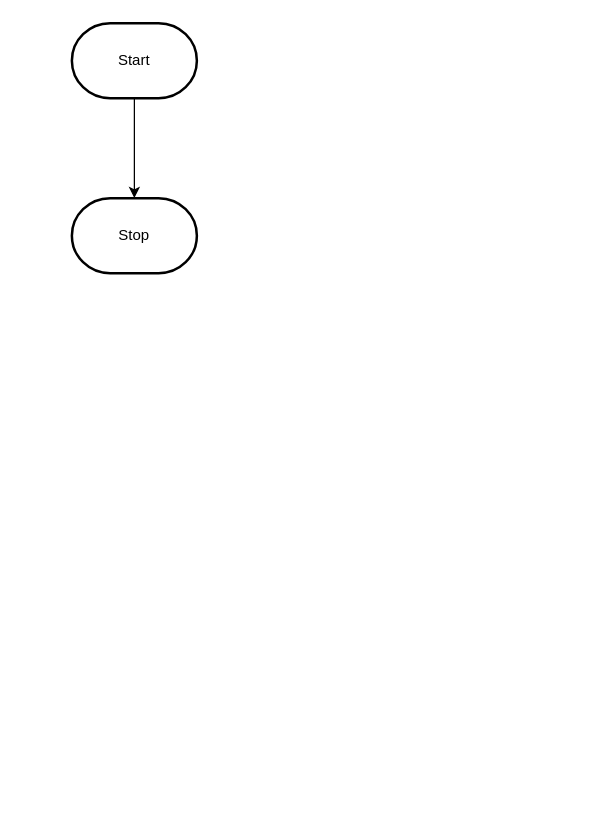
This is design/flowchart.drawio from MTHS-ICD2O-1-2023/ICD2O-Unit-5-02-yoochan-han, a draw.io file, before an edit. Source tidied: cells renumbered, new cells numbered last; positions are measured from the earlier drawing's top-left corner, leaving out a move shared by most shapes. Both pictures are drawn from the tidied source at 125%, with x=0, y=0 at pixel (71, 22).
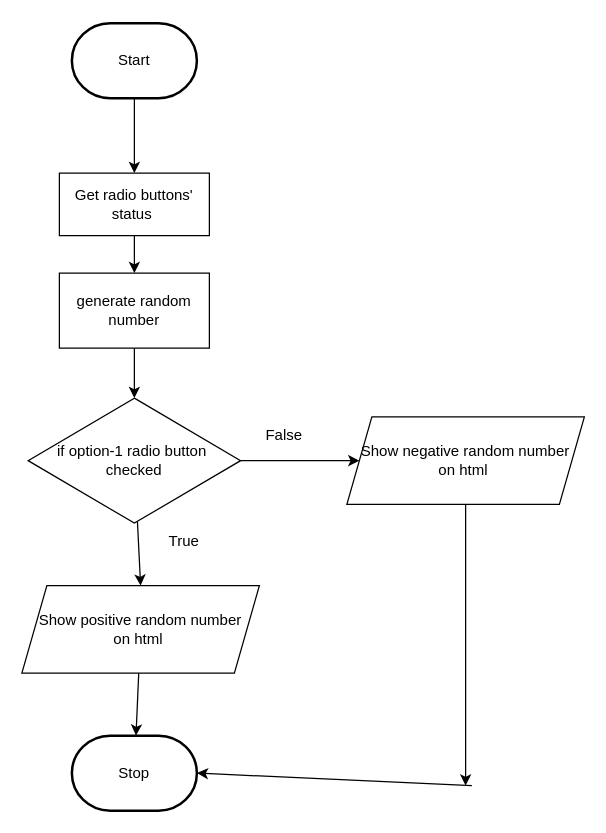
The same page after the edit.

The change refers to these unchanged cells:
```xml
<mxCell id="3" value="Start" style="strokeWidth=2;html=1;shape=mxgraph.flowchart.terminator;whiteSpace=wrap;" parent="1" vertex="1">
  <mxGeometry width="100" height="60" as="geometry" />
</mxCell>
```

Diff of the diagram source:
```diff
@@
-    <mxCell id="2" style="edgeStyle=orthogonalEdgeStyle;html=1;rounded=0;" parent="1" edge="1" source="3" target="4">
-      <mxGeometry relative="1" as="geometry" />
-    </mxCell>
+    <mxCell id="5" style="edgeStyle=none;html=1;entryX=0.5;entryY=0;entryDx=0;entryDy=0;" parent="1" edge="1" source="3" target="2">
+      <mxGeometry relative="1" as="geometry" />
+    </mxCell>
@@
     <mxCell id="4" value="Stop" style="strokeWidth=2;html=1;shape=mxgraph.flowchart.terminator;whiteSpace=wrap;" parent="1" vertex="1">
-      <mxGeometry y="140" width="100" height="60" as="geometry" />
+      <mxGeometry y="570" width="100" height="60" as="geometry" />
     </mxCell>
+    <mxCell id="6" style="edgeStyle=none;html=1;" parent="1" edge="1" source="2" target="8">
+      <mxGeometry relative="1" as="geometry" />
+    </mxCell>
+    <mxCell id="2" value="Get radio buttons' status&amp;nbsp;" style="rounded=0;whiteSpace=wrap;html=1;" parent="1" vertex="1">
+      <mxGeometry x="-10" y="120" width="120" height="50" as="geometry" />
+    </mxCell>
+    <mxCell id="7" style="edgeStyle=none;html=1;entryX=0.5;entryY=0;entryDx=0;entryDy=0;" parent="1" edge="1" source="8" target="11">
+      <mxGeometry relative="1" as="geometry" />
+    </mxCell>
+    <mxCell id="8" value="generate random number" style="rounded=0;whiteSpace=wrap;html=1;" parent="1" vertex="1">
+      <mxGeometry x="-10" y="200" width="120" height="60" as="geometry" />
+    </mxCell>
+    <mxCell id="9" style="edgeStyle=none;html=1;entryX=0;entryY=0.5;entryDx=0;entryDy=0;" parent="1" edge="1" source="11" target="15">
+      <mxGeometry relative="1" as="geometry" />
+    </mxCell>
+    <mxCell id="10" style="edgeStyle=none;html=1;entryX=0.5;entryY=0;entryDx=0;entryDy=0;" parent="1" edge="1" source="11" target="13">
+      <mxGeometry relative="1" as="geometry" />
+    </mxCell>
+    <mxCell id="11" value="if option-1 radio button&amp;nbsp;&lt;br&gt;checked" style="rhombus;whiteSpace=wrap;html=1;" parent="1" vertex="1">
+      <mxGeometry x="-35" y="300" width="170" height="100" as="geometry" />
+    </mxCell>
+    <mxCell id="12" style="edgeStyle=none;html=1;" parent="1" edge="1" source="13" target="4">
+      <mxGeometry relative="1" as="geometry" />
+    </mxCell>
+    <mxCell id="13" value="Show positive random number&lt;br&gt;on html&amp;nbsp;" style="shape=parallelogram;perimeter=parallelogramPerimeter;whiteSpace=wrap;html=1;fixedSize=1;" parent="1" vertex="1">
+      <mxGeometry x="-40" y="450" width="190" height="70" as="geometry" />
+    </mxCell>
+    <mxCell id="14" style="edgeStyle=none;html=1;" parent="1" edge="1" source="15">
+      <mxGeometry relative="1" as="geometry">
+        <mxPoint x="315" y="610" as="targetPoint" />
+      </mxGeometry>
+    </mxCell>
+    <mxCell id="15" value="Show negative random number&lt;br&gt;on html&amp;nbsp;" style="shape=parallelogram;perimeter=parallelogramPerimeter;whiteSpace=wrap;html=1;fixedSize=1;" parent="1" vertex="1">
+      <mxGeometry x="220" y="315" width="190" height="70" as="geometry" />
+    </mxCell>
+    <mxCell id="16" value="False" style="text;html=1;strokeColor=none;fillColor=none;align=center;verticalAlign=middle;whiteSpace=wrap;rounded=0;" parent="1" vertex="1">
+      <mxGeometry x="140" y="315" width="60" height="30" as="geometry" />
+    </mxCell>
+    <mxCell id="17" value="True" style="text;html=1;strokeColor=none;fillColor=none;align=center;verticalAlign=middle;whiteSpace=wrap;rounded=0;" parent="1" vertex="1">
+      <mxGeometry x="60" y="400" width="60" height="30" as="geometry" />
+    </mxCell>
+    <mxCell id="18" style="endArrow=classic;html=1;entryX=1;entryY=0.5;entryDx=0;entryDy=0;entryPerimeter=0;" parent="1" edge="1" target="4">
+      <mxGeometry relative="1" as="geometry">
+        <mxPoint x="320" y="610" as="sourcePoint" />
+      </mxGeometry>
+    </mxCell>
```
